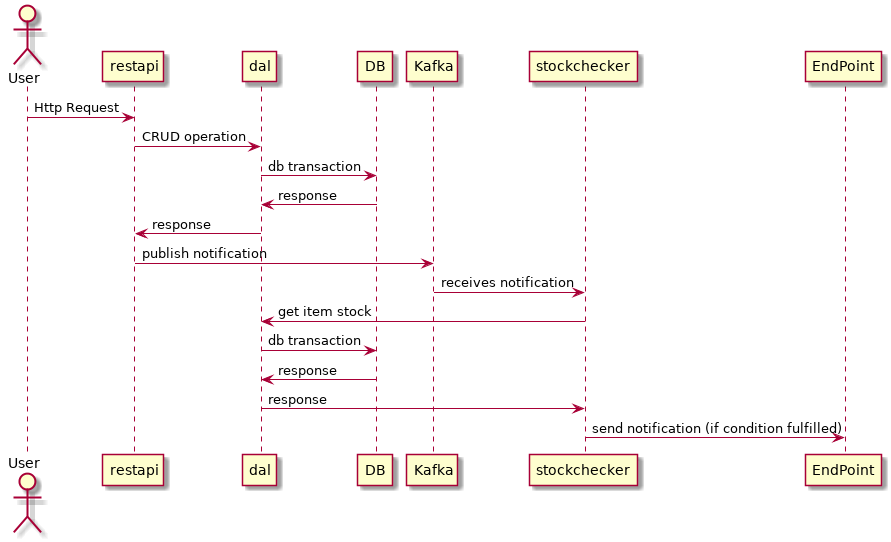
Above: uml/sequence-v01.png in alb3rtobr/tfm_swcraftsmanship (PlantUML), before the change.
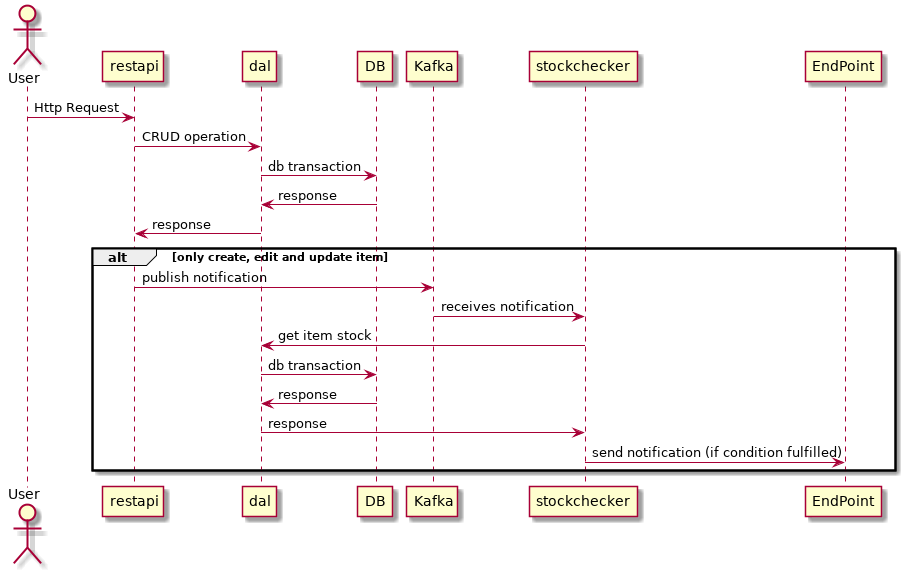
The same file after the commit.

Commit message:
DOC: Sequence diagram v01 with IF clause (#143)

Change to the diagram source:
```diff
@@ -6,11 +6,13 @@
 dal -> DB : db transaction
 DB -> dal : response
 dal -> restapi : response
-restapi -> Kafka : publish notification
-Kafka -> stockchecker : receives notification
-stockchecker -> dal : get item stock
-dal -> DB : db transaction
-DB -> dal : response
-dal -> stockchecker : response
-stockchecker -> EndPoint : send notification (if condition fulfilled)
+alt only create, edit and update item
+    restapi -> Kafka : publish notification
+    Kafka -> stockchecker : receives notification
+    stockchecker -> dal : get item stock
+    dal -> DB : db transaction
+    DB -> dal : response
+    dal -> stockchecker : response
+    stockchecker -> EndPoint : send notification (if condition fulfilled)
+end
 @enduml
```
